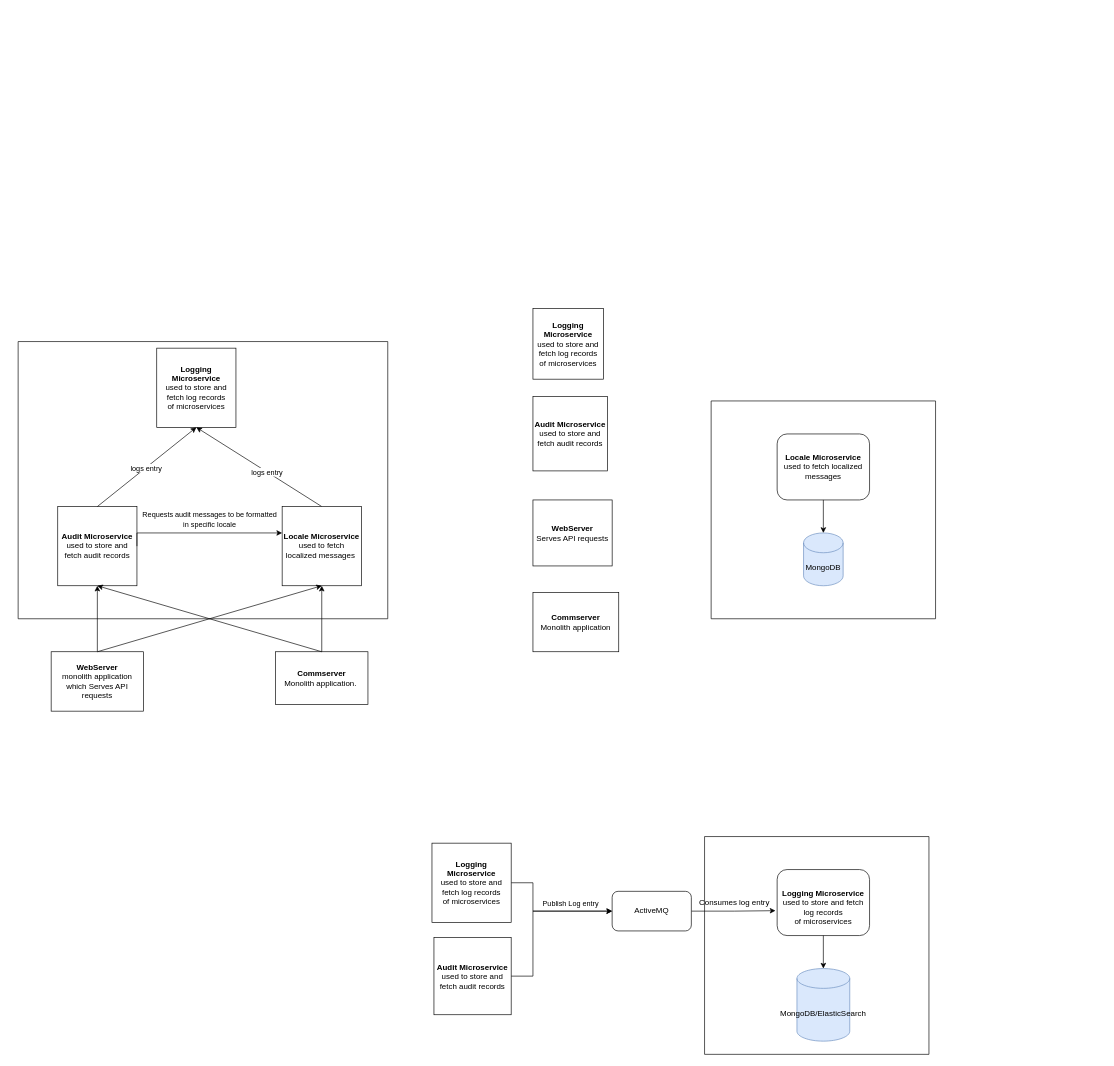
Earlier version of the draw.io diagram Untitled Diagram.drawio (Vineel203/test). Source tidied: cells renumbered, new cells numbered last; positions are measured from the earlier drawing's top-left corner, leaving out a move shared by most shapes. Both pictures are drawn from the tidied source at 66%, with x=0, y=0 at pixel (18, 308).
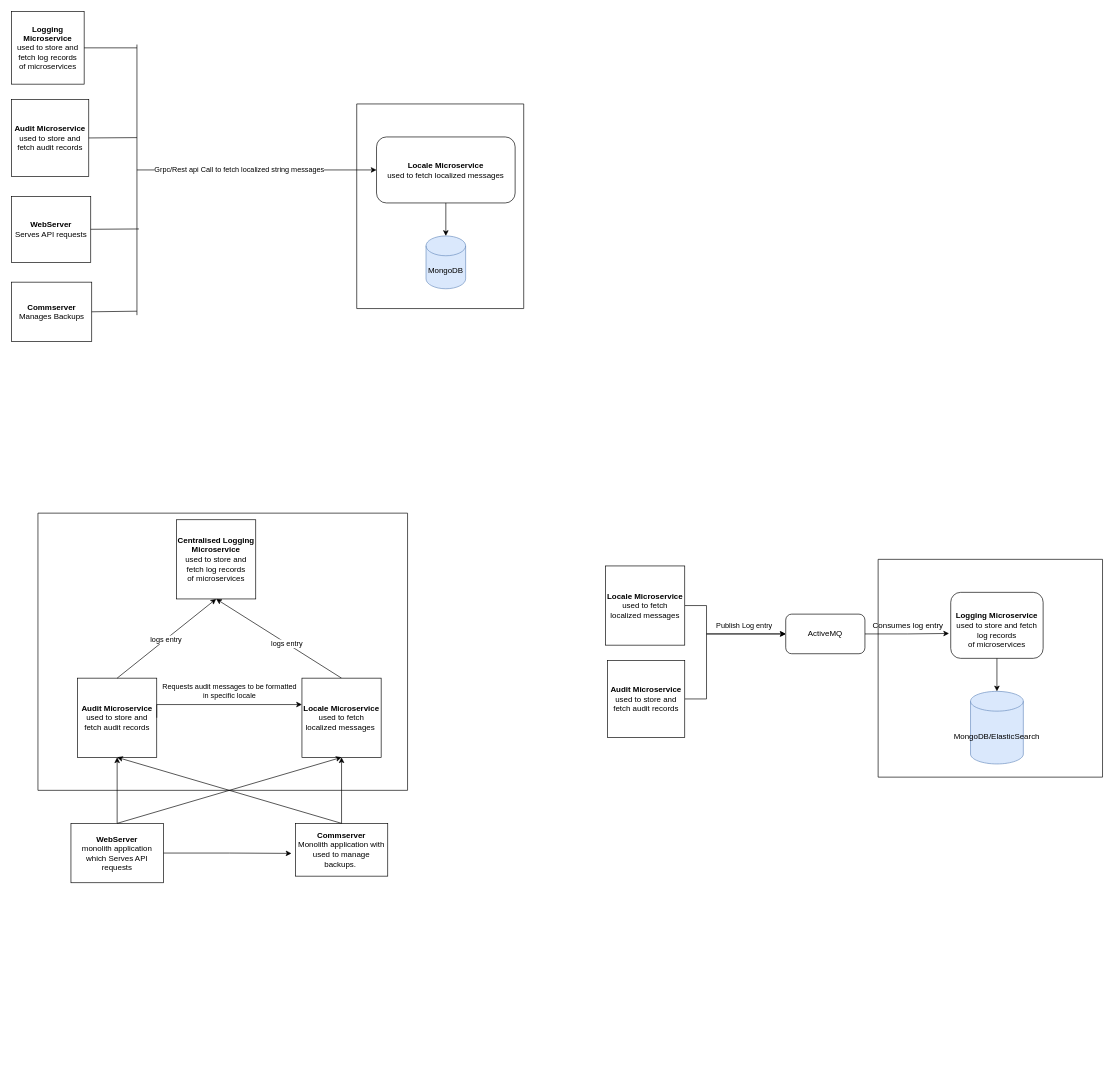
After the change.

The edit, as a diff of the source:
```diff
@@
     <mxCell id="2" style="swimlane;startSize=0;" parent="1" vertex="1">
-      <mxGeometry x="1050" y="140" width="340" height="330" as="geometry" />
+      <mxGeometry x="513" y="-310" width="253" height="310" as="geometry" />
     </mxCell>
     <mxCell id="3" value="MongoDB" style="shape=cylinder3;whiteSpace=wrap;html=1;boundedLbl=1;backgroundOutline=1;size=15;fillColor=#dae8fc;strokeColor=#6c8ebf;" parent="2" vertex="1">
-      <mxGeometry x="140" y="200" width="60" height="80" as="geometry" />
+      <mxGeometry x="105" y="200" width="60" height="80" as="geometry" />
     </mxCell>
     <mxCell id="4" value="&lt;b&gt;Locale Microservice&lt;br&gt;&lt;/b&gt;used to fetch localized messages" style="rounded=1;whiteSpace=wrap;html=1;" parent="2" vertex="1">
-      <mxGeometry x="100" y="50" width="140" height="100" as="geometry" />
+      <mxGeometry x="30" y="50" width="210" height="100" as="geometry" />
     </mxCell>
@@
-    <mxCell id="6" value="&lt;b&gt;Logging Microservice&lt;/b&gt;&lt;br&gt;used to store and fetch log records&lt;br&gt;of microservices" style="whiteSpace=wrap;html=1;" parent="1" vertex="1">
-      <mxGeometry x="210" y="60" width="120" height="120" as="geometry" />
+    <mxCell id="6" value="&lt;b&gt;Centralised&amp;nbsp;Logging Microservice&lt;/b&gt;&lt;br&gt;used to store and fetch log records&lt;br&gt;of microservices" style="whiteSpace=wrap;html=1;" parent="1" vertex="1">
+      <mxGeometry x="240" y="320" width="120" height="120" as="geometry" />
     </mxCell>
@@
     <mxCell id="9" style="swimlane;startSize=0;" parent="1" vertex="1">
-      <mxGeometry y="50" width="560" height="420" as="geometry" />
+      <mxGeometry x="30" y="310" width="560" height="420" as="geometry" />
     </mxCell>
@@
+    <mxCell id="37" style="edgeStyle=orthogonalEdgeStyle;rounded=0;jettySize=auto;html=1;exitX=1;exitY=0.5;exitDx=0;exitDy=0;entryX=-0.042;entryY=0.569;entryDx=0;entryDy=0;entryPerimeter=0;" parent="1" edge="1" source="14" target="15">
+      <mxGeometry relative="1" as="geometry" />
+    </mxCell>
     <mxCell id="14" value="&lt;b&gt;WebServer&lt;/b&gt;&lt;br&gt;monolith application which Serves API requests" style="rounded=0;whiteSpace=wrap;html=1;" parent="1" vertex="1">
-      <mxGeometry x="50" y="520" width="140" height="90" as="geometry" />
+      <mxGeometry x="80" y="780" width="140" height="90" as="geometry" />
     </mxCell>
-    <mxCell id="15" value="&lt;b&gt;Commserver&lt;/b&gt;&lt;br&gt;Monolith application.&amp;nbsp;" style="rounded=0;whiteSpace=wrap;html=1;" parent="1" vertex="1">
-      <mxGeometry x="390" y="520" width="140" height="80" as="geometry" />
+    <mxCell id="15" value="&lt;b&gt;Commserver&lt;/b&gt;&lt;br&gt;Monolith application with used to manage backups.&amp;nbsp;" style="rounded=0;whiteSpace=wrap;html=1;" parent="1" vertex="1">
+      <mxGeometry x="420" y="780" width="140" height="80" as="geometry" />
     </mxCell>
@@
     <mxCell id="19" value="&lt;b&gt;Audit Microservice&lt;/b&gt;&lt;br&gt;used to store and fetch audit records" style="whiteSpace=wrap;html=1;" parent="1" vertex="1">
-      <mxGeometry x="780" y="133" width="113" height="113" as="geometry" />
+      <mxGeometry x="-10" y="-317" width="117" height="117" as="geometry" />
     </mxCell>
     <mxCell id="20" value="&lt;b&gt;WebServer&lt;/b&gt;&lt;br&gt;Serves API requests" style="rounded=0;whiteSpace=wrap;html=1;" parent="1" vertex="1">
-      <mxGeometry x="780" y="290" width="120" height="100" as="geometry" />
+      <mxGeometry x="-10" y="-170" width="120" height="100" as="geometry" />
     </mxCell>
-    <mxCell id="21" value="&lt;b&gt;Commserver&lt;/b&gt;&lt;br&gt;Monolith application" style="rounded=0;whiteSpace=wrap;html=1;" parent="1" vertex="1">
-      <mxGeometry x="780" y="430" width="130" height="90" as="geometry" />
+    <mxCell id="21" value="&lt;b&gt;Commserver&lt;/b&gt;&lt;br&gt;Manages Backups" style="rounded=0;whiteSpace=wrap;html=1;" parent="1" vertex="1">
+      <mxGeometry x="-10" y="-40" width="121.5" height="90" as="geometry" />
     </mxCell>
     <mxCell id="22" value="&lt;b&gt;Logging Microservice&lt;/b&gt;&lt;br&gt;used to store and fetch log records&lt;br&gt;of microservices" style="whiteSpace=wrap;html=1;" parent="1" vertex="1">
-      <mxGeometry x="780" width="107" height="107" as="geometry" />
+      <mxGeometry x="-10" y="-450" width="110" height="110" as="geometry" />
     </mxCell>
@@
     <mxCell id="25" style="swimlane;startSize=0;" parent="1" vertex="1">
-      <mxGeometry x="1040" y="800" width="340" height="330" as="geometry" />
+      <mxGeometry x="1303" y="380" width="340" height="330" as="geometry" />
     </mxCell>
@@
     <mxCell id="30" style="edgeStyle=orthogonalEdgeStyle;rounded=0;jettySize=auto;html=1;exitX=1;exitY=0.5;exitDx=0;exitDy=0;entryX=0;entryY=0.5;entryDx=0;entryDy=0;" parent="1" edge="1" source="31" target="36">
       <mxGeometry relative="1" as="geometry">
         <Array as="points">
-          <mxPoint x="780" y="1011" />
-          <mxPoint x="780" y="913" />
+          <mxPoint x="1043" y="591" />
+          <mxPoint x="1043" y="493" />
         </Array>
       </mxGeometry>
     </mxCell>
     <mxCell id="31" value="&lt;b&gt;Audit Microservice&lt;/b&gt;&lt;br&gt;used to store and fetch audit records" style="whiteSpace=wrap;html=1;" parent="1" vertex="1">
-      <mxGeometry x="630" y="953" width="117" height="117" as="geometry" />
+      <mxGeometry x="893" y="533" width="117" height="117" as="geometry" />
     </mxCell>
     <mxCell id="32" style="edgeStyle=orthogonalEdgeStyle;rounded=0;jettySize=auto;html=1;exitX=1;exitY=0.5;exitDx=0;exitDy=0;entryX=0;entryY=0.5;entryDx=0;entryDy=0;" parent="1" edge="1" source="34" target="36">
       <mxGeometry relative="1" as="geometry">
         <Array as="points">
-          <mxPoint x="780" y="870" />
-          <mxPoint x="780" y="913" />
+          <mxPoint x="1043" y="450" />
+          <mxPoint x="1043" y="493" />
         </Array>
       </mxGeometry>
     </mxCell>
@@
-    <mxCell id="34" value="&lt;b&gt;Logging Microservice&lt;/b&gt;&lt;br&gt;used to store and fetch log records&lt;br&gt;of microservices" style="whiteSpace=wrap;html=1;" parent="1" vertex="1">
-      <mxGeometry x="627" y="810" width="120" height="120" as="geometry" />
+    <mxCell id="34" value="&lt;b&gt;Locale Microservice&lt;br&gt;&lt;/b&gt;used to fetch localized messages" style="whiteSpace=wrap;html=1;" parent="1" vertex="1">
+      <mxGeometry x="890" y="390" width="120" height="120" as="geometry" />
     </mxCell>
@@
     <mxCell id="36" value="ActiveMQ" style="rounded=1;whiteSpace=wrap;html=1;" parent="1" vertex="1">
-      <mxGeometry x="900" y="883" width="120" height="60" as="geometry" />
+      <mxGeometry x="1163" y="463" width="120" height="60" as="geometry" />
     </mxCell>
+    <mxCell id="38" style="endArrow=none;html=1;rounded=0;exitX=1;exitY=0.5;exitDx=0;exitDy=0;" parent="1" edge="1" source="22">
+      <mxGeometry relative="1" as="geometry">
+        <mxPoint x="180" y="-395" as="targetPoint" />
+      </mxGeometry>
+    </mxCell>
+    <mxCell id="39" style="endArrow=none;html=1;rounded=0;exitX=1;exitY=0.5;exitDx=0;exitDy=0;" parent="1" edge="1" source="19">
+      <mxGeometry relative="1" as="geometry">
+        <mxPoint x="180" y="-259" as="targetPoint" />
+      </mxGeometry>
+    </mxCell>
+    <mxCell id="40" style="endArrow=none;html=1;rounded=0;exitX=1;exitY=0.5;exitDx=0;exitDy=0;" parent="1" edge="1">
+      <mxGeometry relative="1" as="geometry">
+        <mxPoint x="110" y="-120.1" as="sourcePoint" />
+        <mxPoint x="183" y="-120.6" as="targetPoint" />
+      </mxGeometry>
+    </mxCell>
+    <mxCell id="41" style="endArrow=none;html=1;rounded=0;exitX=1;exitY=0.5;exitDx=0;exitDy=0;" parent="1" edge="1">
+      <mxGeometry relative="1" as="geometry">
+        <mxPoint x="111.5" y="4.9" as="sourcePoint" />
+        <mxPoint x="180" y="4" as="targetPoint" />
+      </mxGeometry>
+    </mxCell>
+    <mxCell id="42" style="endArrow=none;html=1;rounded=0;" parent="1" edge="1">
+      <mxGeometry relative="1" as="geometry">
+        <mxPoint x="180" y="-400" as="sourcePoint" />
+        <mxPoint x="180" y="10" as="targetPoint" />
+      </mxGeometry>
+    </mxCell>
+    <mxCell id="43" style="endArrow=classic;html=1;rounded=0;entryX=0;entryY=0.5;entryDx=0;entryDy=0;" parent="1" edge="1" target="4">
+      <mxGeometry relative="1" as="geometry">
+        <mxPoint x="180" y="-210" as="sourcePoint" />
+      </mxGeometry>
+    </mxCell>
+    <mxCell id="44" value="Grpc/Rest api Call to fetch localized string messages" style="edgeLabel;html=1;align=center;verticalAlign=middle;" parent="43" vertex="1">
+      <mxGeometry x="-0.15" y="1" relative="1" as="geometry" />
+    </mxCell>
```
